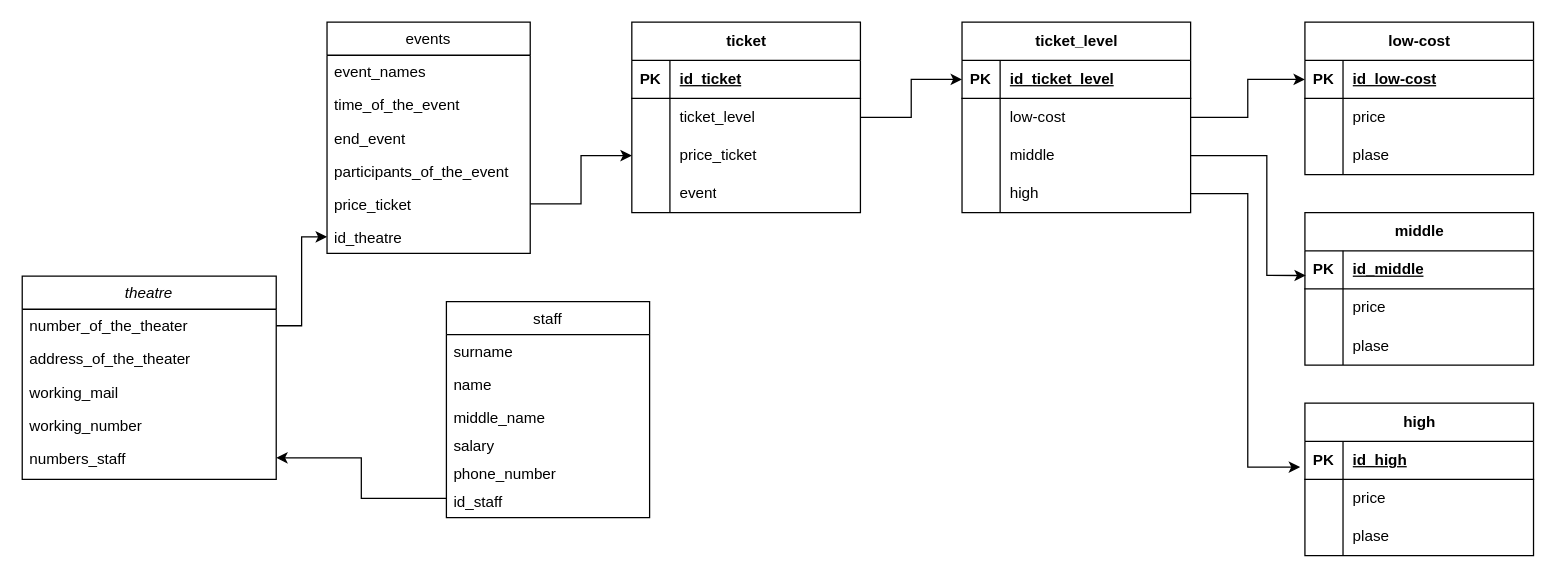
Before: Диаграмма без названия.drawio in Kirillovq/Who-, a draw.io diagram. Source tidied: cells renumbered, new cells numbered last; positions are measured from the earlier drawing's top-left corner, leaving out a move shared by most shapes. Both pictures are drawn from the tidied source at 127%, with x=0, y=0 at pixel (22, 22).
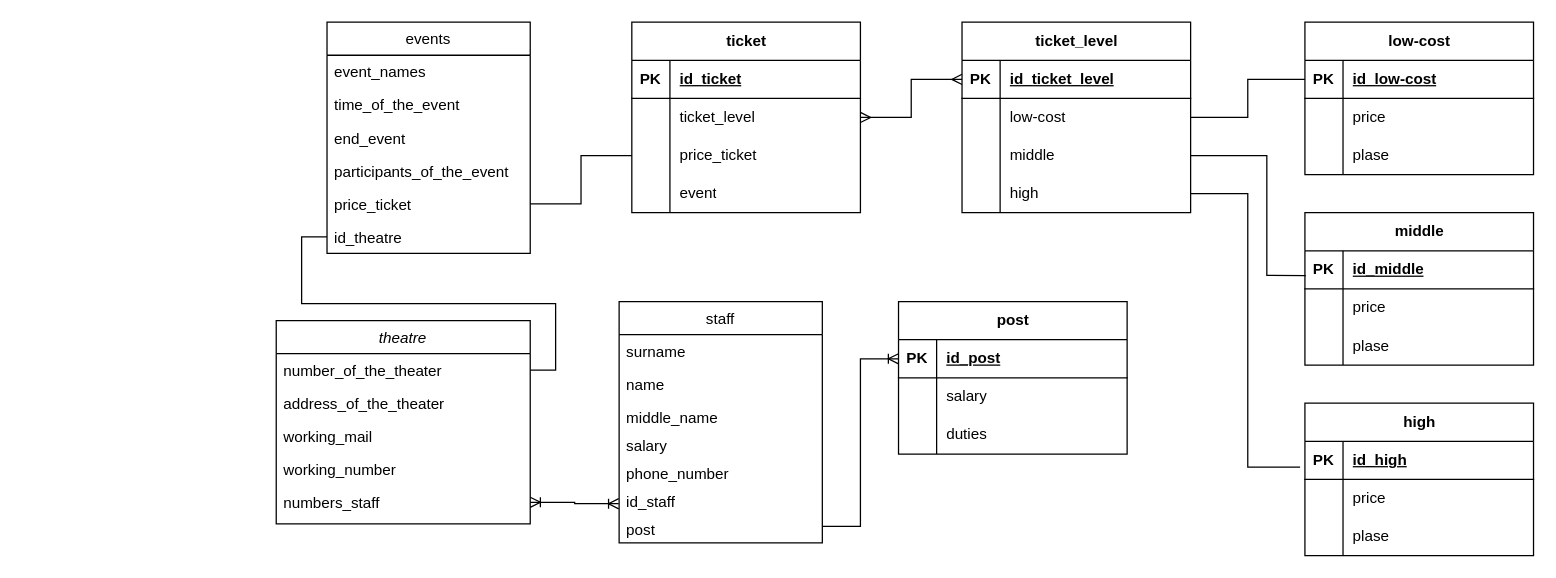
After the change.

Unchanged cells that the change refers to:
```xml
<mxCell id="3" value="number_of_the_theater" style="text;align=left;verticalAlign=top;spacingLeft=4;spacingRight=4;overflow=hidden;points=[[0,0.5],[1,0.5]];portConstraint=eastwest;rounded=0;shadow=0;html=0;" parent="2" vertex="1">
  <mxGeometry y="26" width="200" height="26" as="geometry" />
</mxCell>
<mxCell id="7" value="numbers_staff" style="text;align=left;verticalAlign=top;spacingLeft=4;spacingRight=4;overflow=hidden;points=[[0,0.5],[1,0.5]];portConstraint=eastwest;rounded=0;shadow=0;html=0;" parent="2" vertex="1">
  <mxGeometry y="130" width="200" height="26" as="geometry" />
</mxCell>
<mxCell id="14" value="id_staff" style="text;align=left;verticalAlign=top;spacingLeft=4;spacingRight=4;overflow=hidden;points=[[0,0.5],[1,0.5]];portConstraint=eastwest;" parent="8" vertex="1">
  <mxGeometry y="144" width="160" height="22" as="geometry" />
</mxCell>
<mxCell id="20" value="price_ticket" style="text;align=left;verticalAlign=top;spacingLeft=4;spacingRight=4;overflow=hidden;points=[[0,0.5],[1,0.5]];portConstraint=eastwest;rounded=0;shadow=0;html=0;" parent="15" vertex="1">
  <mxGeometry y="130" width="160" height="26" as="geometry" />
</mxCell>
<mxCell id="21" value="id_theatre" style="text;align=left;verticalAlign=top;spacingLeft=4;spacingRight=4;overflow=hidden;points=[[0,0.5],[1,0.5]];portConstraint=eastwest;rounded=0;shadow=0;html=0;" parent="15" vertex="1">
  <mxGeometry y="156" width="160" height="26" as="geometry" />
</mxCell>
<mxCell id="28" style="shape=tableRow;horizontal=0;startSize=0;swimlaneHead=0;swimlaneBody=0;fillColor=none;points=[[0,0.5],[1,0.5]];portConstraint=eastwest;top=0;left=0;right=0;bottom=0;" parent="24" vertex="1">
  <mxGeometry y="60" width="180" height="30" as="geometry" />
</mxCell>
<mxCell id="31" style="shape=tableRow;horizontal=0;startSize=0;swimlaneHead=0;swimlaneBody=0;fillColor=none;points=[[0,0.5],[1,0.5]];portConstraint=eastwest;top=0;left=0;right=0;bottom=0;" parent="24" vertex="1">
  <mxGeometry y="90" width="180" height="30" as="geometry" />
</mxCell>
<mxCell id="39" style="shape=tableRow;horizontal=0;startSize=0;swimlaneHead=0;swimlaneBody=0;fillColor=none;points=[[0,0.5],[1,0.5]];portConstraint=eastwest;top=0;left=0;right=0;bottom=1;" parent="38" vertex="1">
  <mxGeometry y="30" width="180" height="30" as="geometry" />
</mxCell>
<mxCell id="42" style="shape=tableRow;horizontal=0;startSize=0;swimlaneHead=0;swimlaneBody=0;fillColor=none;points=[[0,0.5],[1,0.5]];portConstraint=eastwest;top=0;left=0;right=0;bottom=0;" parent="38" vertex="1">
  <mxGeometry y="60" width="180" height="30" as="geometry" />
</mxCell>
<mxCell id="45" style="shape=tableRow;horizontal=0;startSize=0;swimlaneHead=0;swimlaneBody=0;fillColor=none;points=[[0,0.5],[1,0.5]];portConstraint=eastwest;top=0;left=0;right=0;bottom=0;" parent="38" vertex="1">
  <mxGeometry y="90" width="180" height="30" as="geometry" />
</mxCell>
<mxCell id="48" style="shape=tableRow;horizontal=0;startSize=0;swimlaneHead=0;swimlaneBody=0;fillColor=none;points=[[0,0.5],[1,0.5]];portConstraint=eastwest;top=0;left=0;right=0;bottom=0;" parent="38" vertex="1">
  <mxGeometry y="120" width="180" height="30" as="geometry" />
</mxCell>
<mxCell id="52" style="shape=tableRow;horizontal=0;startSize=0;swimlaneHead=0;swimlaneBody=0;fillColor=none;points=[[0,0.5],[1,0.5]];portConstraint=eastwest;top=0;left=0;right=0;bottom=1;" parent="51" vertex="1">
  <mxGeometry y="30" width="180" height="30" as="geometry" />
</mxCell>
<mxCell id="62" style="shape=tableRow;horizontal=0;startSize=0;swimlaneHead=0;swimlaneBody=0;fillColor=none;points=[[0,0.5],[1,0.5]];portConstraint=eastwest;top=0;left=0;right=0;bottom=1;" parent="61" vertex="1">
  <mxGeometry y="30" width="180" height="30" as="geometry" />
</mxCell>
<mxCell id="72" style="shape=tableRow;horizontal=0;startSize=0;swimlaneHead=0;swimlaneBody=0;fillColor=none;points=[[0,0.5],[1,0.5]];portConstraint=eastwest;top=0;left=0;right=0;bottom=1;" parent="71" vertex="1">
  <mxGeometry y="30" width="180" height="30" as="geometry" />
</mxCell>
```

What changed in the source:
```diff
@@
     <mxCell id="2" value="theatre" style="swimlane;fontStyle=2;align=center;verticalAlign=top;horizontal=1;startSize=26;rounded=0;shadow=0;strokeWidth=1;" parent="1" vertex="1">
-      <mxGeometry y="200" width="200" height="160" as="geometry" />
+      <mxGeometry x="200" y="235" width="200" height="160" as="geometry" />
     </mxCell>
@@
     <mxCell id="8" value="staff" style="swimlane;fontStyle=0;align=center;verticalAlign=top;horizontal=1;startSize=26;rounded=0;shadow=0;strokeWidth=1;" parent="1" vertex="1">
-      <mxGeometry x="334" y="220" width="160" height="170" as="geometry" />
+      <mxGeometry x="470" y="220" width="160" height="190" as="geometry" />
     </mxCell>
@@
+    <mxCell id="85" value="post" style="text;align=left;verticalAlign=top;spacingLeft=4;spacingRight=4;overflow=hidden;points=[[0,0.5],[1,0.5]];portConstraint=eastwest;" parent="8" vertex="1">
+      <mxGeometry y="166" width="160" height="22" as="geometry" />
+    </mxCell>
@@
-    <mxCell id="22" style="edgeStyle=orthogonalEdgeStyle;rounded=0;jettySize=auto;html=1;entryX=0;entryY=0.5;entryDx=0;entryDy=0;" parent="1" edge="1" source="3" target="21">
+    <mxCell id="22" style="edgeStyle=orthogonalEdgeStyle;rounded=0;jettySize=auto;html=1;entryX=0;entryY=0.5;entryDx=0;entryDy=0;endArrow=none;endFill=0;" parent="1" edge="1" source="3" target="21">
       <mxGeometry relative="1" as="geometry" />
     </mxCell>
-    <mxCell id="23" style="edgeStyle=orthogonalEdgeStyle;rounded=0;jettySize=auto;html=1;" parent="1" edge="1" source="14" target="7">
+    <mxCell id="23" style="edgeStyle=orthogonalEdgeStyle;rounded=0;jettySize=auto;html=1;endArrow=ERoneToMany;endFill=0;entryX=1;entryY=0.5;entryDx=0;entryDy=0;exitX=-0.002;exitY=0.688;exitDx=0;exitDy=0;exitPerimeter=0;startArrow=ERoneToMany;startFill=0;" parent="1" edge="1" source="14" target="7">
       <mxGeometry relative="1" as="geometry" />
     </mxCell>
@@
-    <mxCell id="37" style="edgeStyle=orthogonalEdgeStyle;rounded=0;jettySize=auto;html=1;" parent="1" edge="1" source="20" target="31">
+    <mxCell id="37" style="edgeStyle=orthogonalEdgeStyle;rounded=0;jettySize=auto;html=1;endArrow=none;endFill=0;" parent="1" edge="1" source="20" target="31">
       <mxGeometry relative="1" as="geometry" />
     </mxCell>
@@
-    <mxCell id="81" style="edgeStyle=orthogonalEdgeStyle;rounded=0;jettySize=auto;html=1;" parent="1" edge="1" source="42" target="52">
+    <mxCell id="81" style="edgeStyle=orthogonalEdgeStyle;rounded=0;jettySize=auto;html=1;endArrow=none;endFill=0;" parent="1" edge="1" source="42" target="52">
       <mxGeometry relative="1" as="geometry" />
     </mxCell>
-    <mxCell id="82" style="edgeStyle=orthogonalEdgeStyle;rounded=0;jettySize=auto;html=1;entryX=0.004;entryY=0.648;entryDx=0;entryDy=0;entryPerimeter=0;" parent="1" edge="1" source="45" target="62">
+    <mxCell id="82" style="edgeStyle=orthogonalEdgeStyle;rounded=0;jettySize=auto;html=1;entryX=0.004;entryY=0.648;entryDx=0;entryDy=0;entryPerimeter=0;endArrow=none;endFill=0;" parent="1" edge="1" source="45" target="62">
       <mxGeometry relative="1" as="geometry">
         <Array as="points">
           <mxPoint x="980" y="105" />
           <mxPoint x="980" y="199" />
         </Array>
       </mxGeometry>
     </mxCell>
-    <mxCell id="83" style="edgeStyle=orthogonalEdgeStyle;rounded=0;jettySize=auto;html=1;entryX=-0.021;entryY=0.676;entryDx=0;entryDy=0;entryPerimeter=0;" parent="1" edge="1" source="48" target="72">
+    <mxCell id="83" style="edgeStyle=orthogonalEdgeStyle;rounded=0;jettySize=auto;html=1;entryX=-0.021;entryY=0.676;entryDx=0;entryDy=0;entryPerimeter=0;endArrow=none;endFill=0;" parent="1" edge="1" source="48" target="72">
       <mxGeometry relative="1" as="geometry" />
     </mxCell>
-    <mxCell id="84" style="edgeStyle=orthogonalEdgeStyle;rounded=0;jettySize=auto;html=1;entryX=0;entryY=0.5;entryDx=0;entryDy=0;" parent="1" edge="1" source="28" target="39">
+    <mxCell id="84" style="edgeStyle=orthogonalEdgeStyle;rounded=0;jettySize=auto;html=1;entryX=0;entryY=0.5;entryDx=0;entryDy=0;endArrow=ERmany;endFill=0;startArrow=ERmany;startFill=0;" parent="1" edge="1" source="28" target="39">
       <mxGeometry relative="1" as="geometry" />
     </mxCell>
+    <mxCell id="86" value="post" style="shape=table;startSize=30;childLayout=tableLayout;rowLines=0;fontStyle=1;align=center;html=1;" parent="1" vertex="1">
+      <mxGeometry x="690" y="220" width="180" height="120" as="geometry" />
+    </mxCell>
+    <mxCell id="87" style="shape=tableRow;horizontal=0;startSize=0;swimlaneHead=0;swimlaneBody=0;fillColor=none;points=[[0,0.5],[1,0.5]];portConstraint=eastwest;top=0;left=0;right=0;bottom=1;" parent="86" vertex="1">
+      <mxGeometry y="30" width="180" height="30" as="geometry" />
+    </mxCell>
+    <mxCell id="88" value="PK" style="shape=partialRectangle;fillColor=none;top=0;left=0;bottom=0;right=0;fontStyle=1;overflow=hidden;whiteSpace=wrap;html=1;" parent="87" vertex="1">
+      <mxGeometry width="30" height="30" as="geometry" />
+    </mxCell>
+    <mxCell id="89" value="id_post" style="shape=partialRectangle;fillColor=none;top=0;left=0;bottom=0;right=0;align=left;spacingLeft=6;fontStyle=5;overflow=hidden;whiteSpace=wrap;html=1;" parent="87" vertex="1">
+      <mxGeometry x="30" width="150" height="30" as="geometry" />
+    </mxCell>
+    <mxCell id="90" style="shape=tableRow;horizontal=0;startSize=0;swimlaneHead=0;swimlaneBody=0;fillColor=none;top=0;left=0;right=0;bottom=0;" parent="86" vertex="1">
+      <mxGeometry y="60" width="180" height="30" as="geometry" />
+    </mxCell>
+    <mxCell id="91" style="shape=partialRectangle;fillColor=none;top=0;left=0;bottom=0;right=0;overflow=hidden;whiteSpace=wrap;html=1;" parent="90" vertex="1">
+      <mxGeometry width="30" height="30" as="geometry" />
+    </mxCell>
+    <mxCell id="92" value="salary" style="shape=partialRectangle;fillColor=none;top=0;left=0;bottom=0;right=0;align=left;spacingLeft=6;overflow=hidden;whiteSpace=wrap;html=1;" parent="90" vertex="1">
+      <mxGeometry x="30" width="150" height="30" as="geometry" />
+    </mxCell>
+    <mxCell id="93" style="shape=tableRow;horizontal=0;startSize=0;swimlaneHead=0;swimlaneBody=0;fillColor=none;top=0;left=0;right=0;bottom=0;" parent="86" vertex="1">
+      <mxGeometry y="90" width="180" height="30" as="geometry" />
+    </mxCell>
+    <mxCell id="94" style="shape=partialRectangle;fillColor=none;top=0;left=0;bottom=0;right=0;overflow=hidden;whiteSpace=wrap;html=1;" parent="93" vertex="1">
+      <mxGeometry width="30" height="30" as="geometry" />
+    </mxCell>
+    <mxCell id="95" value="duties" style="shape=partialRectangle;fillColor=none;top=0;left=0;bottom=0;right=0;align=left;spacingLeft=6;overflow=hidden;whiteSpace=wrap;html=1;" parent="93" vertex="1">
+      <mxGeometry x="30" width="150" height="30" as="geometry" />
+    </mxCell>
+    <mxCell id="96" style="edgeStyle=orthogonalEdgeStyle;rounded=0;jettySize=auto;html=1;entryX=0;entryY=0.5;entryDx=0;entryDy=0;endArrow=ERoneToMany;endFill=0;" parent="1" edge="1" source="85" target="87">
+      <mxGeometry relative="1" as="geometry" />
+    </mxCell>
```
